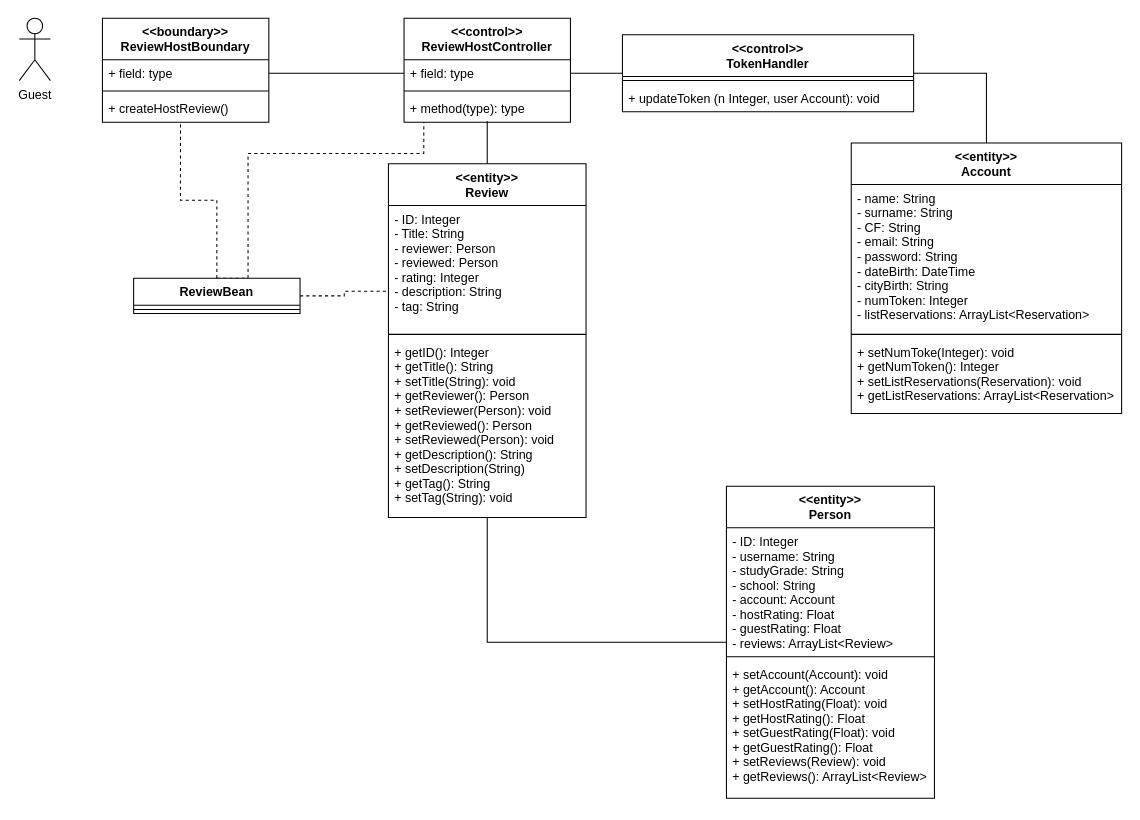
nic-agos/DoveStudi keeps this draw.io diagram as Deliverables/VoPC/VoPC ReviewHost Lite.drawio. Above is the earlier version. Source tidied: cells renumbered, new cells numbered last; positions are measured from the earlier drawing's top-left corner, leaving out a move shared by most shapes. Both pictures are drawn from the tidied source at 104%, with x=0, y=0 at pixel (19, 18).
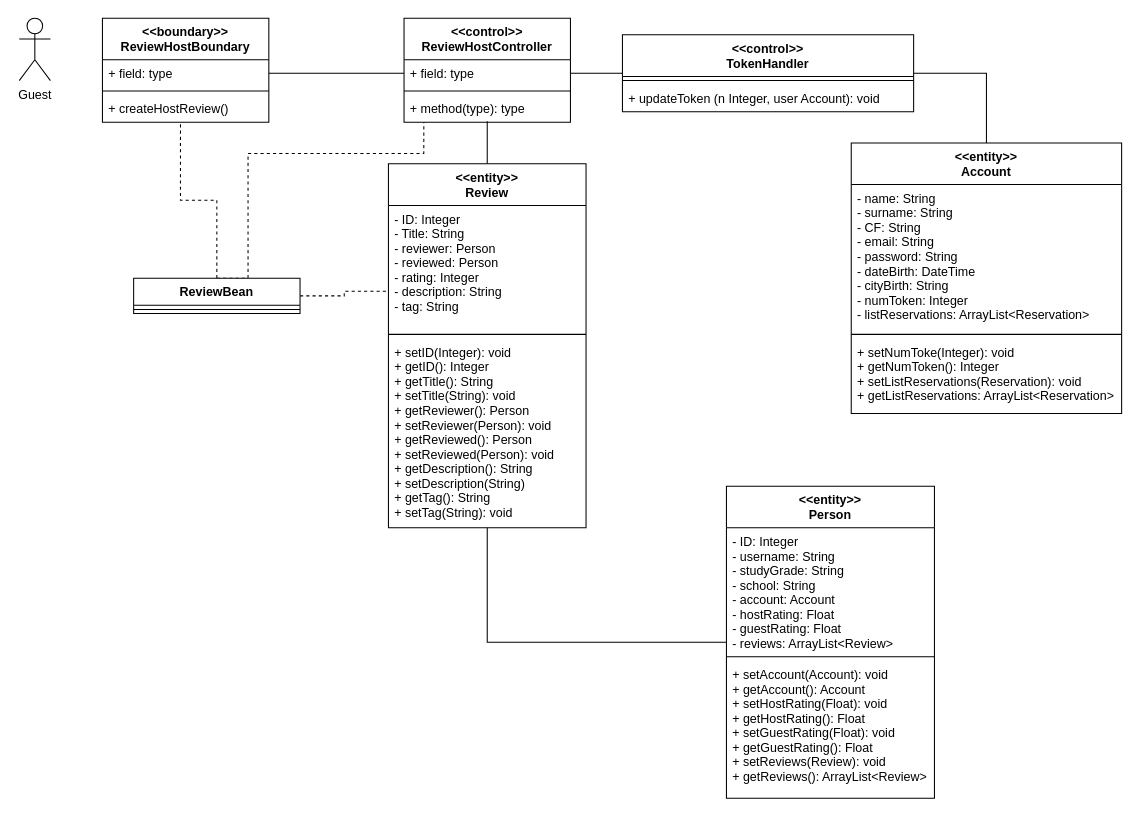
Above is the later version.

Change to the diagram source:
```diff
@@
     <mxCell id="18" value="&lt;&lt;entity&gt;&gt;&#10;Review" style="swimlane;fontStyle=1;align=center;verticalAlign=top;horizontal=1;startSize=40;" parent="1" vertex="1">
-      <mxGeometry x="355" y="140" width="190" height="340" as="geometry" />
+      <mxGeometry x="355" y="140" width="190" height="350" as="geometry" />
     </mxCell>
@@
-    <mxCell id="21" value="+ getID(): Integer&#10;+ getTitle(): String&#10;+ setTitle(String): void&#10;+ getReviewer(): Person&#10;+ setReviewer(Person): void&#10;+ getReviewed(): Person&#10;+ setReviewed(Person): void&#10;+ getDescription(): String&#10;+ setDescription(String)&#10;+ getTag(): String&#10;+ setTag(String): void" style="text;strokeColor=none;fillColor=none;align=left;verticalAlign=top;spacingLeft=4;spacingRight=4;overflow=hidden;points=[[0,0.5],[1,0.5]];portConstraint=eastwest;" parent="18" vertex="1">
-      <mxGeometry y="168" width="190" height="172" as="geometry" />
+    <mxCell id="21" value="+ setID(Integer): void &#10;+ getID(): Integer&#10;+ getTitle(): String&#10;+ setTitle(String): void&#10;+ getReviewer(): Person&#10;+ setReviewer(Person): void&#10;+ getReviewed(): Person&#10;+ setReviewed(Person): void&#10;+ getDescription(): String&#10;+ setDescription(String)&#10;+ getTag(): String&#10;+ setTag(String): void" style="text;strokeColor=none;fillColor=none;align=left;verticalAlign=top;spacingLeft=4;spacingRight=4;overflow=hidden;points=[[0,0.5],[1,0.5]];portConstraint=eastwest;" parent="18" vertex="1">
+      <mxGeometry y="168" width="190" height="182" as="geometry" />
     </mxCell>
```
